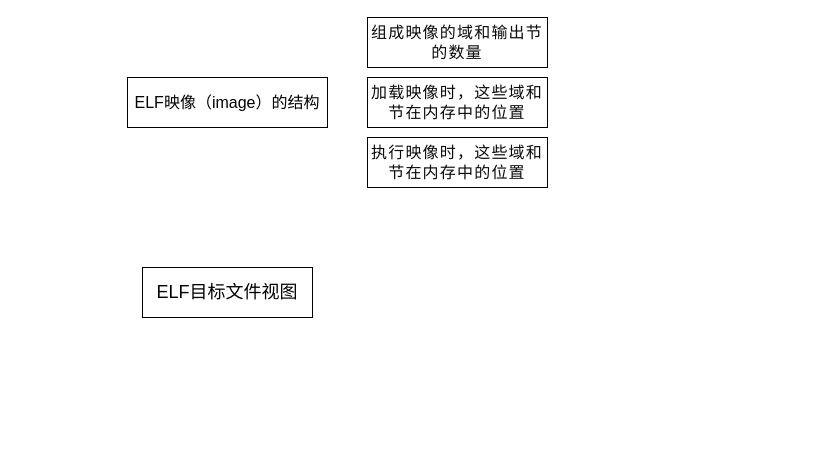
hunxiansheng/draw.io keeps this draw.io diagram as ELF.drawio. Above is the earlier version. Source tidied: cells renumbered, new cells numbered last; positions are measured from the earlier drawing's top-left corner, leaving out a move shared by most shapes. Both pictures are drawn from the tidied source at 100%, with x=0, y=0 at pixel (127, 17).
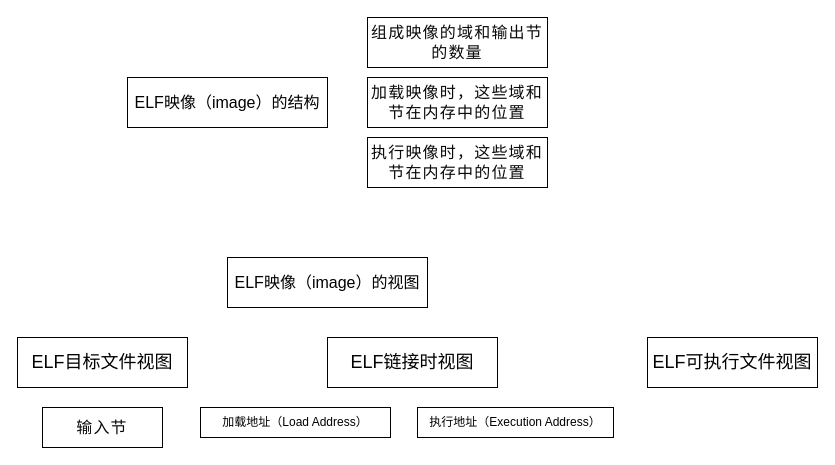
After the change.

The edit, as a diff of the source:
```diff
@@
 <mxGraphModel>
   <root>
     <mxCell id="0" />
     <mxCell id="1" parent="0" />
     <mxCell id="2" value="&lt;font style=&quot;font-size: 16px;&quot;&gt;ELF映像（image）的结构&lt;/font&gt;" style="rounded=0;whiteSpace=wrap;html=1;" parent="1" vertex="1">
       <mxGeometry y="60" width="200" height="50" as="geometry" />
     </mxCell>
     <mxCell id="3" value="&lt;span style=&quot;color: rgb(10, 10, 10); font-family: Tahoma, Geneva, sans-serif; font-size: 16px; letter-spacing: 1.2px; text-align: left; background-color: rgb(255, 255, 255);&quot;&gt;执行映像时，这些域和节在内存中的位置&lt;/span&gt;" style="rounded=0;whiteSpace=wrap;html=1;" parent="1" vertex="1">
       <mxGeometry x="240" y="120" width="180" height="50" as="geometry" />
     </mxCell>
     <mxCell id="4" value="&lt;span style=&quot;color: rgb(10, 10, 10); font-family: Tahoma, Geneva, sans-serif; font-size: 16px; letter-spacing: 1.2px; text-align: left; background-color: rgb(255, 255, 255);&quot;&gt;加载映像时，这些域和节在内存中的位置&lt;/span&gt;" style="rounded=0;whiteSpace=wrap;html=1;" parent="1" vertex="1">
       <mxGeometry x="240" y="60" width="180" height="50" as="geometry" />
     </mxCell>
     <mxCell id="5" value="&lt;span style=&quot;color: rgb(10, 10, 10); font-family: Tahoma, Geneva, sans-serif; font-size: 16px; letter-spacing: 1.2px; text-align: left; background-color: rgb(255, 255, 255);&quot;&gt;组成映像的域和输出节的数量&lt;/span&gt;" style="rounded=0;whiteSpace=wrap;html=1;" parent="1" vertex="1">
       <mxGeometry x="240" width="180" height="50" as="geometry" />
     </mxCell>
     <mxCell id="6" value="&lt;font style=&quot;font-size: 18px;&quot;&gt;ELF目标文件视图&lt;/font&gt;" style="rounded=0;whiteSpace=wrap;html=1;" parent="1" vertex="1">
-      <mxGeometry x="15" y="250" width="170" height="50" as="geometry" />
+      <mxGeometry x="-110" y="320" width="170" height="50" as="geometry" />
     </mxCell>
+    <mxCell id="7" value="&lt;span style=&quot;color: rgb(10, 10, 10); font-family: Tahoma, Geneva, sans-serif; font-size: 16px; letter-spacing: 1.2px; text-align: start; background-color: rgb(255, 255, 255);&quot;&gt;输入节&lt;/span&gt;" style="whiteSpace=wrap;html=1;" parent="1" vertex="1">
+      <mxGeometry x="-85" y="390" width="120" height="40" as="geometry" />
+    </mxCell>
+    <mxCell id="8" value="&lt;font style=&quot;font-size: 18px;&quot;&gt;ELF链接时视图&lt;/font&gt;" style="rounded=0;whiteSpace=wrap;html=1;" parent="1" vertex="1">
+      <mxGeometry x="200" y="320" width="170" height="50" as="geometry" />
+    </mxCell>
+    <mxCell id="9" value="&lt;font style=&quot;font-size: 16px;&quot;&gt;ELF映像（image）的视图&lt;/font&gt;" style="rounded=0;whiteSpace=wrap;html=1;" parent="1" vertex="1">
+      <mxGeometry x="100" y="240" width="200" height="50" as="geometry" />
+    </mxCell>
+    <mxCell id="10" value="加载地址（Load Address）" style="whiteSpace=wrap;html=1;" parent="1" vertex="1">
+      <mxGeometry x="73" y="390" width="190" height="30" as="geometry" />
+    </mxCell>
+    <mxCell id="11" value="执行地址（Execution Address）" style="whiteSpace=wrap;html=1;" parent="1" vertex="1">
+      <mxGeometry x="290" y="390" width="196" height="30" as="geometry" />
+    </mxCell>
+    <mxCell id="12" value="&lt;font style=&quot;font-size: 18px;&quot;&gt;ELF可执行文件视图&lt;/font&gt;" style="rounded=0;whiteSpace=wrap;html=1;" parent="1" vertex="1">
+      <mxGeometry x="520" y="320" width="170" height="50" as="geometry" />
+    </mxCell>
   </root>
 </mxGraphModel>
```
